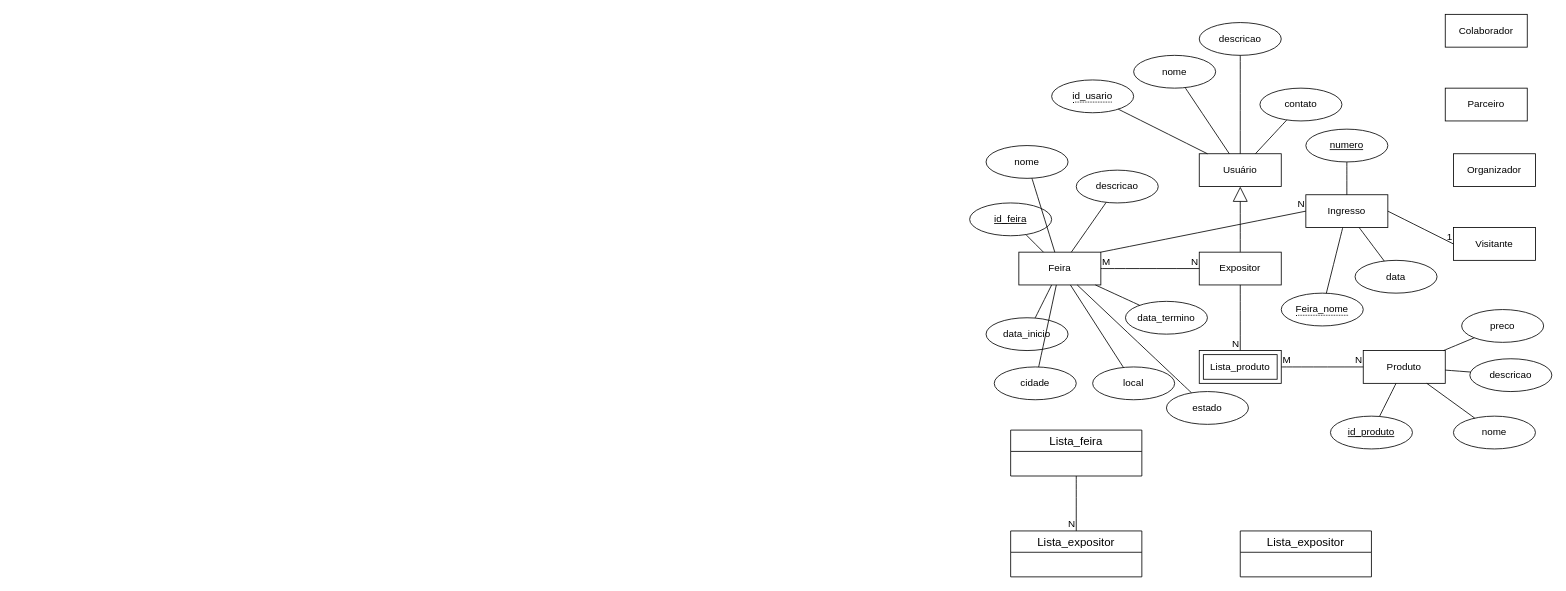
Above: artefatos/hubgourmet_der.drawio in mishellzin/software_engineering_project_unb (draw.io), before the change. Source tidied: cells renumbered, new cells numbered last; positions are measured from the earlier drawing's top-left corner, leaving out a move shared by most shapes. Both pictures are drawn from the tidied source at 82%, with x=0, y=0 at pixel (969, 14).
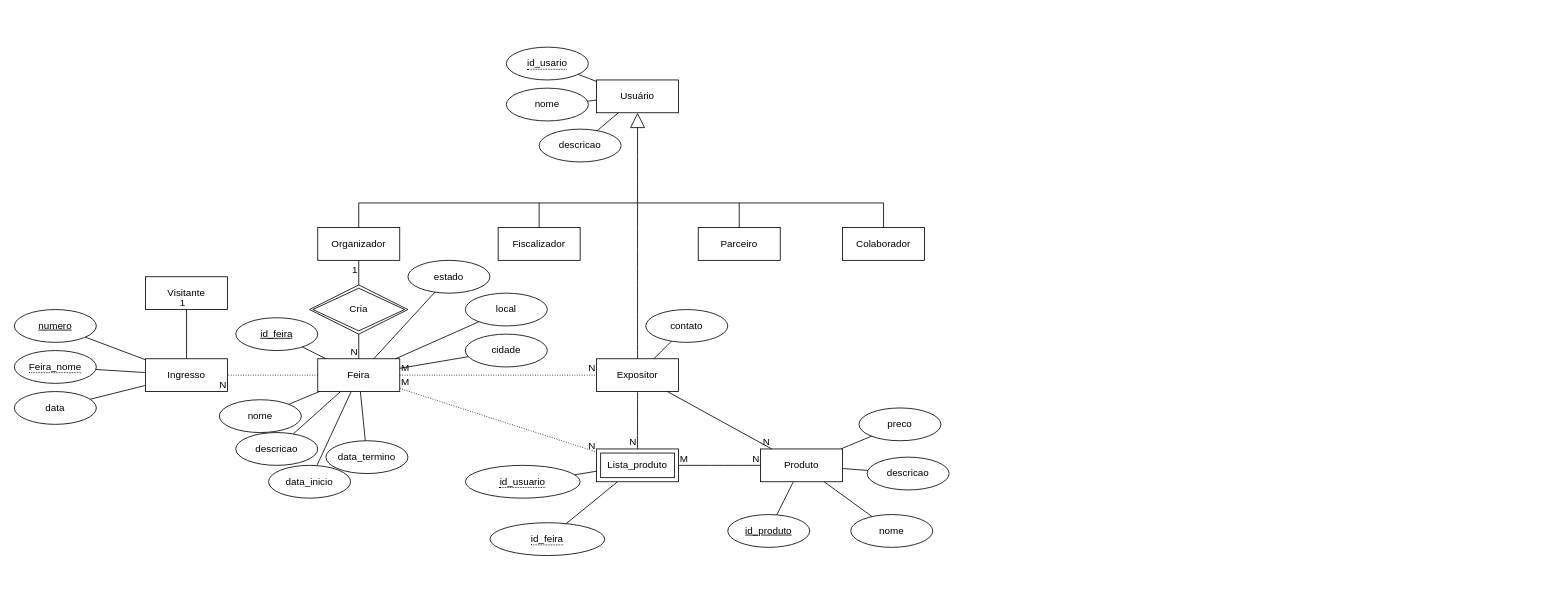
Above is the later version.

The change refers to these unchanged cells:
```xml
<mxCell id="8" style="endArrow=none;html=1;rounded=0;fontSize=12;startSize=8;endSize=8;curved=1;exitX=0.5;exitY=1;exitDx=0;exitDy=0;entryX=0.5;entryY=0;entryDx=0;entryDy=0;" parent="1" edge="1" source="3" target="13">
  <mxGeometry relative="1" as="geometry" />
</mxCell>
<mxCell id="10" style="endArrow=none;html=1;rounded=0;fontSize=12;startSize=8;endSize=8;curved=1;exitX=1;exitY=0.5;exitDx=0;exitDy=0;entryX=0;entryY=0.5;entryDx=0;entryDy=0;" parent="1" edge="1" source="13" target="4">
  <mxGeometry relative="1" as="geometry" />
</mxCell>
```

Change to the diagram source:
```diff
@@
     <mxCell id="2" value="Feira" style="whiteSpace=wrap;html=1;align=center;" parent="1" vertex="1">
-      <mxGeometry x="60" y="290" width="100" height="40" as="geometry" />
+      <mxGeometry x="-795" y="420" width="100" height="40" as="geometry" />
     </mxCell>
     <mxCell id="3" value="Expositor" style="whiteSpace=wrap;html=1;align=center;" parent="1" vertex="1">
-      <mxGeometry x="280" y="290" width="100" height="40" as="geometry" />
+      <mxGeometry x="-455" y="420" width="100" height="40" as="geometry" />
     </mxCell>
     <mxCell id="4" value="Produto" style="whiteSpace=wrap;html=1;align=center;" parent="1" vertex="1">
-      <mxGeometry x="480" y="410" width="100" height="40" as="geometry" />
+      <mxGeometry x="-255" y="530" width="100" height="40" as="geometry" />
     </mxCell>
-    <mxCell id="5" style="endArrow=none;html=1;rounded=0;fontSize=12;startSize=8;endSize=8;curved=1;exitX=1;exitY=0.5;exitDx=0;exitDy=0;entryX=0;entryY=0.5;entryDx=0;entryDy=0;" parent="1" edge="1" source="2" target="3">
-      <mxGeometry relative="1" as="geometry" />
-    </mxCell>
-    <mxCell id="6" value="M" style="html=1;whiteSpace=wrap;align=left;verticalAlign=bottom;" parent="5" vertex="1">
-      <mxGeometry x="-1" relative="1" as="geometry" />
-    </mxCell>
-    <mxCell id="7" value="N" style="html=1;whiteSpace=wrap;align=right;verticalAlign=bottom;" parent="5" vertex="1">
-      <mxGeometry x="1" relative="1" as="geometry" />
-    </mxCell>
@@
-    <mxCell id="9" value="N" style="html=1;whiteSpace=wrap;align=right;verticalAlign=bottom;" parent="8" vertex="1">
-      <mxGeometry x="1" relative="1" as="geometry" />
-    </mxCell>
+    <mxCell id="68" value="N" style="html=1;whiteSpace=wrap;align=right;verticalAlign=bottom;" parent="8" vertex="1">
+      <mxGeometry x="1" relative="1" as="geometry" />
+    </mxCell>
@@
-    <mxCell id="11" value="M" style="html=1;whiteSpace=wrap;align=left;verticalAlign=bottom;" parent="10" vertex="1">
-      <mxGeometry x="-1" relative="1" as="geometry" />
-    </mxCell>
-    <mxCell id="12" value="N" style="html=1;whiteSpace=wrap;align=right;verticalAlign=bottom;" parent="10" vertex="1">
-      <mxGeometry x="1" relative="1" as="geometry" />
-    </mxCell>
+    <mxCell id="69" value="M" style="html=1;whiteSpace=wrap;align=left;verticalAlign=bottom;" parent="10" vertex="1">
+      <mxGeometry x="-1" relative="1" as="geometry" />
+    </mxCell>
+    <mxCell id="70" value="N" style="html=1;whiteSpace=wrap;align=right;verticalAlign=bottom;" parent="10" vertex="1">
+      <mxGeometry x="1" relative="1" as="geometry" />
+    </mxCell>
     <mxCell id="13" value="Lista_produto" style="shape=ext;margin=3;double=1;whiteSpace=wrap;html=1;align=center;" parent="1" vertex="1">
-      <mxGeometry x="280" y="410" width="100" height="40" as="geometry" />
+      <mxGeometry x="-455" y="530" width="100" height="40" as="geometry" />
     </mxCell>
     <mxCell id="14" value="Usuário" style="whiteSpace=wrap;html=1;align=center;" parent="1" vertex="1">
-      <mxGeometry x="280" y="170" width="100" height="40" as="geometry" />
+      <mxGeometry x="-455" y="80" width="100" height="40" as="geometry" />
     </mxCell>
@@
     <mxCell id="16" value="Visitante" style="whiteSpace=wrap;html=1;align=center;" parent="1" vertex="1">
-      <mxGeometry x="590" y="260" width="100" height="40" as="geometry" />
+      <mxGeometry x="-1005" y="320" width="100" height="40" as="geometry" />
     </mxCell>
     <mxCell id="17" value="Organizador" style="whiteSpace=wrap;html=1;align=center;" parent="1" vertex="1">
-      <mxGeometry x="590" y="170" width="100" height="40" as="geometry" />
+      <mxGeometry x="-795" y="260" width="100" height="40" as="geometry" />
     </mxCell>
     <mxCell id="18" value="Parceiro" style="whiteSpace=wrap;html=1;align=center;" parent="1" vertex="1">
-      <mxGeometry x="580" y="90" width="100" height="40" as="geometry" />
+      <mxGeometry x="-331" y="260" width="100" height="40" as="geometry" />
     </mxCell>
     <mxCell id="19" value="Colaborador" style="whiteSpace=wrap;html=1;align=center;" parent="1" vertex="1">
-      <mxGeometry x="580" width="100" height="40" as="geometry" />
+      <mxGeometry x="-155" y="260" width="100" height="40" as="geometry" />
     </mxCell>
-    <mxCell id="20" value="Lista_feira" style="swimlane;fontStyle=0;horizontal=1;startSize=26;align=center;fontSize=14;" parent="1" vertex="1">
-      <mxGeometry x="50" y="507" width="160" height="56" as="geometry" />
-    </mxCell>
-    <mxCell id="21" value="Lista_expositor" style="swimlane;fontStyle=0;horizontal=1;startSize=26;align=center;fontSize=14;" parent="1" vertex="1">
-      <mxGeometry x="50" y="630" width="160" height="56" as="geometry" />
-    </mxCell>
-    <mxCell id="22" style="endArrow=none;html=1;rounded=0;fontSize=12;startSize=8;endSize=8;curved=1;exitX=0.5;exitY=1;exitDx=0;exitDy=0;entryX=0.5;entryY=0;entryDx=0;entryDy=0;" parent="1" edge="1" source="20" target="21">
-      <mxGeometry relative="1" as="geometry" />
-    </mxCell>
-    <mxCell id="23" value="N" style="html=1;whiteSpace=wrap;align=right;verticalAlign=bottom;" parent="22" vertex="1">
-      <mxGeometry x="1" relative="1" as="geometry" />
-    </mxCell>
-    <mxCell id="24" value="Lista_expositor" style="swimlane;fontStyle=0;horizontal=1;startSize=26;align=center;fontSize=14;" parent="1" vertex="1">
-      <mxGeometry x="330" y="630" width="160" height="56" as="geometry" />
-    </mxCell>
-    <mxCell id="25" value="nome" style="ellipse;whiteSpace=wrap;html=1;align=center;" parent="1" vertex="1">
-      <mxGeometry x="20" y="160" width="100" height="40" as="geometry" />
-    </mxCell>
-    <mxCell id="26" value="descricao" style="ellipse;whiteSpace=wrap;html=1;align=center;" parent="1" vertex="1">
-      <mxGeometry x="130" y="190" width="100" height="40" as="geometry" />
-    </mxCell>
+    <mxCell id="71" value="nome" style="ellipse;whiteSpace=wrap;html=1;align=center;" parent="1" vertex="1">
+      <mxGeometry x="-915" y="470" width="100" height="40" as="geometry" />
+    </mxCell>
+    <mxCell id="72" value="descricao" style="ellipse;whiteSpace=wrap;html=1;align=center;" parent="1" vertex="1">
+      <mxGeometry x="-895" y="510" width="100" height="40" as="geometry" />
+    </mxCell>
     <mxCell id="27" value="data_inicio" style="ellipse;whiteSpace=wrap;html=1;align=center;" parent="1" vertex="1">
-      <mxGeometry x="20" y="370" width="100" height="40" as="geometry" />
+      <mxGeometry x="-855" y="550" width="100" height="40" as="geometry" />
     </mxCell>
     <mxCell id="28" value="data_termino" style="ellipse;whiteSpace=wrap;html=1;align=center;" parent="1" vertex="1">
-      <mxGeometry x="190" y="350" width="100" height="40" as="geometry" />
+      <mxGeometry x="-785" y="520" width="100" height="40" as="geometry" />
     </mxCell>
     <mxCell id="29" value="local" style="ellipse;whiteSpace=wrap;html=1;align=center;" parent="1" vertex="1">
-      <mxGeometry x="150" y="430" width="100" height="40" as="geometry" />
+      <mxGeometry x="-615" y="340" width="100" height="40" as="geometry" />
     </mxCell>
     <mxCell id="30" value="cidade" style="ellipse;whiteSpace=wrap;html=1;align=center;" parent="1" vertex="1">
-      <mxGeometry x="30" y="430" width="100" height="40" as="geometry" />
+      <mxGeometry x="-615" y="390" width="100" height="40" as="geometry" />
     </mxCell>
     <mxCell id="31" value="estado" style="ellipse;whiteSpace=wrap;html=1;align=center;" parent="1" vertex="1">
-      <mxGeometry x="240" y="460" width="100" height="40" as="geometry" />
+      <mxGeometry x="-685" y="300" width="100" height="40" as="geometry" />
     </mxCell>
     <mxCell id="32" value="id_feira" style="ellipse;whiteSpace=wrap;html=1;align=center;fontStyle=4;" parent="1" vertex="1">
-      <mxGeometry y="230" width="100" height="40" as="geometry" />
+      <mxGeometry x="-895" y="370" width="100" height="40" as="geometry" />
     </mxCell>
@@
-    <mxCell id="38" style="endArrow=none;html=1;rounded=0;fontSize=12;startSize=8;endSize=8;curved=1;" parent="1" edge="1" source="26" target="2">
-      <mxGeometry relative="1" as="geometry" />
-    </mxCell>
+    <mxCell id="73" style="endArrow=none;html=1;rounded=0;fontSize=12;startSize=8;endSize=8;curved=1;" parent="1" edge="1" source="72" target="2">
+      <mxGeometry relative="1" as="geometry" />
+    </mxCell>
@@
-    <mxCell id="40" style="endArrow=none;html=1;rounded=0;fontSize=12;startSize=8;endSize=8;curved=1;" parent="1" edge="1" source="25" target="2">
-      <mxGeometry relative="1" as="geometry" />
-    </mxCell>
+    <mxCell id="74" style="endArrow=none;html=1;rounded=0;fontSize=12;startSize=8;endSize=8;curved=1;" parent="1" edge="1" source="71" target="2">
+      <mxGeometry relative="1" as="geometry" />
+    </mxCell>
     <mxCell id="41" value="&lt;span style=&quot;border-bottom: 1px dotted&quot;&gt;id_usario&lt;/span&gt;" style="ellipse;whiteSpace=wrap;html=1;align=center;" parent="1" vertex="1">
-      <mxGeometry x="100" y="80" width="100" height="40" as="geometry" />
+      <mxGeometry x="-565" y="40" width="100" height="40" as="geometry" />
     </mxCell>
@@
-    <mxCell id="43" value="nome" style="ellipse;whiteSpace=wrap;html=1;align=center;" parent="1" vertex="1">
-      <mxGeometry x="200" y="50" width="100" height="40" as="geometry" />
-    </mxCell>
-    <mxCell id="44" style="endArrow=none;html=1;rounded=0;fontSize=12;startSize=8;endSize=8;curved=1;" parent="1" edge="1" source="43" target="14">
-      <mxGeometry relative="1" as="geometry" />
-    </mxCell>
-    <mxCell id="45" value="descricao" style="ellipse;whiteSpace=wrap;html=1;align=center;" parent="1" vertex="1">
-      <mxGeometry x="280" y="10" width="100" height="40" as="geometry" />
-    </mxCell>
+    <mxCell id="75" value="nome" style="ellipse;whiteSpace=wrap;html=1;align=center;" parent="1" vertex="1">
+      <mxGeometry x="-565" y="90" width="100" height="40" as="geometry" />
+    </mxCell>
+    <mxCell id="76" style="endArrow=none;html=1;rounded=0;fontSize=12;startSize=8;endSize=8;curved=1;" parent="1" edge="1" source="75" target="14">
+      <mxGeometry relative="1" as="geometry" />
+    </mxCell>
+    <mxCell id="77" value="descricao" style="ellipse;whiteSpace=wrap;html=1;align=center;" parent="1" vertex="1">
+      <mxGeometry x="-525" y="140" width="100" height="40" as="geometry" />
+    </mxCell>
     <mxCell id="46" value="contato" style="ellipse;whiteSpace=wrap;html=1;align=center;" parent="1" vertex="1">
-      <mxGeometry x="354" y="90" width="100" height="40" as="geometry" />
+      <mxGeometry x="-395" y="360" width="100" height="40" as="geometry" />
     </mxCell>
-    <mxCell id="47" style="endArrow=none;html=1;rounded=0;fontSize=12;startSize=8;endSize=8;curved=1;" parent="1" edge="1" source="45" target="14">
-      <mxGeometry relative="1" as="geometry" />
-    </mxCell>
-    <mxCell id="48" style="endArrow=none;html=1;rounded=0;fontSize=12;startSize=8;endSize=8;curved=1;" parent="1" edge="1" source="46" target="14">
-      <mxGeometry relative="1" as="geometry" />
-    </mxCell>
-    <mxCell id="49" value="nome" style="ellipse;whiteSpace=wrap;html=1;align=center;" parent="1" vertex="1">
-      <mxGeometry x="590" y="490" width="100" height="40" as="geometry" />
-    </mxCell>
-    <mxCell id="50" value="descricao" style="ellipse;whiteSpace=wrap;html=1;align=center;" parent="1" vertex="1">
-      <mxGeometry x="610" y="420" width="100" height="40" as="geometry" />
-    </mxCell>
+    <mxCell id="78" style="endArrow=none;html=1;rounded=0;fontSize=12;startSize=8;endSize=8;curved=1;" parent="1" edge="1" source="77" target="14">
+      <mxGeometry relative="1" as="geometry" />
+    </mxCell>
+    <mxCell id="79" style="endArrow=none;html=1;rounded=0;fontSize=12;startSize=8;endSize=8;curved=1;" parent="1" edge="1" source="46" target="3">
+      <mxGeometry relative="1" as="geometry" />
+    </mxCell>
+    <mxCell id="80" value="nome" style="ellipse;whiteSpace=wrap;html=1;align=center;" parent="1" vertex="1">
+      <mxGeometry x="-145" y="610" width="100" height="40" as="geometry" />
+    </mxCell>
+    <mxCell id="81" value="descricao" style="ellipse;whiteSpace=wrap;html=1;align=center;" parent="1" vertex="1">
+      <mxGeometry x="-125" y="540" width="100" height="40" as="geometry" />
+    </mxCell>
     <mxCell id="51" value="preco" style="ellipse;whiteSpace=wrap;html=1;align=center;" parent="1" vertex="1">
-      <mxGeometry x="600" y="360" width="100" height="40" as="geometry" />
+      <mxGeometry x="-135" y="480" width="100" height="40" as="geometry" />
     </mxCell>
@@
-    <mxCell id="53" style="endArrow=none;html=1;rounded=0;fontSize=12;startSize=8;endSize=8;curved=1;" parent="1" edge="1" source="4" target="50">
-      <mxGeometry relative="1" as="geometry" />
-    </mxCell>
-    <mxCell id="54" style="endArrow=none;html=1;rounded=0;fontSize=12;startSize=8;endSize=8;curved=1;" parent="1" edge="1" source="49" target="4">
-      <mxGeometry relative="1" as="geometry" />
-    </mxCell>
+    <mxCell id="82" style="endArrow=none;html=1;rounded=0;fontSize=12;startSize=8;endSize=8;curved=1;" parent="1" edge="1" source="4" target="81">
+      <mxGeometry relative="1" as="geometry" />
+    </mxCell>
+    <mxCell id="83" style="endArrow=none;html=1;rounded=0;fontSize=12;startSize=8;endSize=8;curved=1;" parent="1" edge="1" source="80" target="4">
+      <mxGeometry relative="1" as="geometry" />
+    </mxCell>
     <mxCell id="55" value="id_produto" style="ellipse;whiteSpace=wrap;html=1;align=center;fontStyle=4;" parent="1" vertex="1">
-      <mxGeometry x="440" y="490" width="100" height="40" as="geometry" />
+      <mxGeometry x="-295" y="610" width="100" height="40" as="geometry" />
     </mxCell>
@@
     <mxCell id="57" value="Ingresso" style="whiteSpace=wrap;html=1;align=center;" parent="1" vertex="1">
-      <mxGeometry x="410" y="220" width="100" height="40" as="geometry" />
+      <mxGeometry x="-1005" y="420" width="100" height="40" as="geometry" />
     </mxCell>
-    <mxCell id="58" style="endArrow=none;html=1;rounded=0;fontSize=12;startSize=8;endSize=8;curved=1;exitX=1;exitY=0;exitDx=0;exitDy=0;entryX=0;entryY=0.5;entryDx=0;entryDy=0;" parent="1" edge="1" source="2" target="57">
-      <mxGeometry relative="1" as="geometry" />
-    </mxCell>
-    <mxCell id="59" value="N" style="html=1;whiteSpace=wrap;align=right;verticalAlign=bottom;" parent="58" vertex="1">
-      <mxGeometry x="1" relative="1" as="geometry" />
-    </mxCell>
-    <mxCell id="60" style="endArrow=none;html=1;rounded=0;fontSize=12;startSize=8;endSize=8;curved=1;exitX=1;exitY=0.5;exitDx=0;exitDy=0;entryX=0;entryY=0.5;entryDx=0;entryDy=0;" parent="1" edge="1" source="57" target="16">
-      <mxGeometry relative="1" as="geometry" />
-    </mxCell>
-    <mxCell id="61" value="1" style="html=1;whiteSpace=wrap;align=right;verticalAlign=bottom;" parent="60" vertex="1">
-      <mxGeometry x="1" relative="1" as="geometry" />
-    </mxCell>
     <mxCell id="62" value="&lt;span style=&quot;border-bottom: 1px dotted&quot;&gt;Feira_nome&lt;/span&gt;" style="ellipse;whiteSpace=wrap;html=1;align=center;" parent="1" vertex="1">
-      <mxGeometry x="380" y="340" width="100" height="40" as="geometry" />
+      <mxGeometry x="-1165" y="410" width="100" height="40" as="geometry" />
     </mxCell>
     <mxCell id="63" value="numero" style="ellipse;whiteSpace=wrap;html=1;align=center;fontStyle=4;" parent="1" vertex="1">
-      <mxGeometry x="410" y="140" width="100" height="40" as="geometry" />
+      <mxGeometry x="-1165" y="360" width="100" height="40" as="geometry" />
     </mxCell>
@@
     <mxCell id="66" value="data" style="ellipse;whiteSpace=wrap;html=1;align=center;" parent="1" vertex="1">
-      <mxGeometry x="470" y="300" width="100" height="40" as="geometry" />
+      <mxGeometry x="-1165" y="460" width="100" height="40" as="geometry" />
     </mxCell>
@@
+    <mxCell id="58" style="endArrow=none;html=1;rounded=0;dashed=1;dashPattern=1 2;" parent="1" edge="1" source="2" target="57">
+      <mxGeometry relative="1" as="geometry" />
+    </mxCell>
+    <mxCell id="84" value="N" style="html=1;whiteSpace=wrap;align=right;verticalAlign=bottom;" parent="58" vertex="1">
+      <mxGeometry x="1" relative="1" as="geometry">
+        <mxPoint y="20" as="offset" />
+      </mxGeometry>
+    </mxCell>
+    <mxCell id="60" style="endArrow=none;html=1;rounded=0;" parent="1" edge="1" source="57" target="16">
+      <mxGeometry relative="1" as="geometry" />
+    </mxCell>
+    <mxCell id="85" value="1" style="html=1;whiteSpace=wrap;align=right;verticalAlign=bottom;" parent="60" vertex="1">
+      <mxGeometry x="1" relative="1" as="geometry" />
+    </mxCell>
+    <mxCell id="86" style="endArrow=none;html=1;rounded=0;" parent="1" edge="1" source="17">
+      <mxGeometry relative="1" as="geometry">
+        <mxPoint x="-745" y="230" as="targetPoint" />
+      </mxGeometry>
+    </mxCell>
+    <mxCell id="87" value="Cria" style="shape=rhombus;double=1;perimeter=rhombusPerimeter;whiteSpace=wrap;html=1;align=center;" parent="1" vertex="1">
+      <mxGeometry x="-805" y="330" width="120" height="60" as="geometry" />
+    </mxCell>
+    <mxCell id="88" style="endArrow=none;html=1;rounded=0;" parent="1" edge="1">
+      <mxGeometry relative="1" as="geometry">
+        <mxPoint x="-745" y="230" as="sourcePoint" />
+        <mxPoint x="-405" y="230" as="targetPoint" />
+      </mxGeometry>
+    </mxCell>
+    <mxCell id="89" style="endArrow=none;html=1;rounded=0;" parent="1" edge="1" source="87" target="17">
+      <mxGeometry relative="1" as="geometry" />
+    </mxCell>
+    <mxCell id="90" value="1" style="html=1;whiteSpace=wrap;align=right;verticalAlign=bottom;" parent="89" vertex="1">
+      <mxGeometry x="1" relative="1" as="geometry">
+        <mxPoint y="20" as="offset" />
+      </mxGeometry>
+    </mxCell>
+    <mxCell id="91" style="endArrow=none;html=1;rounded=0;" parent="1" edge="1" source="87" target="2">
+      <mxGeometry relative="1" as="geometry" />
+    </mxCell>
+    <mxCell id="92" value="N" style="html=1;whiteSpace=wrap;align=right;verticalAlign=bottom;" parent="91" vertex="1">
+      <mxGeometry x="1" relative="1" as="geometry" />
+    </mxCell>
+    <mxCell id="93" style="edgeStyle=orthogonalEdgeStyle;rounded=0;orthogonalLoop=1;jettySize=auto;html=1;exitX=0.5;exitY=1;exitDx=0;exitDy=0;" parent="1" edge="1" source="77" target="77">
+      <mxGeometry relative="1" as="geometry" />
+    </mxCell>
+    <mxCell id="94" style="endArrow=none;html=1;rounded=0;" parent="1" edge="1" source="3" target="4">
+      <mxGeometry relative="1" as="geometry" />
+    </mxCell>
+    <mxCell id="95" value="N" style="html=1;whiteSpace=wrap;align=right;verticalAlign=bottom;" parent="94" vertex="1">
+      <mxGeometry x="1" relative="1" as="geometry" />
+    </mxCell>
+    <mxCell id="96" value="&lt;span style=&quot;border-bottom: 1px dotted&quot;&gt;id_usuario&lt;/span&gt;" style="ellipse;whiteSpace=wrap;html=1;align=center;" parent="1" vertex="1">
+      <mxGeometry x="-615" y="550" width="140" height="40" as="geometry" />
+    </mxCell>
+    <mxCell id="97" value="&lt;span style=&quot;border-bottom: 1px dotted&quot;&gt;id_feira&lt;/span&gt;" style="ellipse;whiteSpace=wrap;html=1;align=center;" parent="1" vertex="1">
+      <mxGeometry x="-585" y="620" width="140" height="40" as="geometry" />
+    </mxCell>
+    <mxCell id="98" style="endArrow=none;html=1;rounded=0;" parent="1" edge="1" source="96" target="13">
+      <mxGeometry relative="1" as="geometry" />
+    </mxCell>
+    <mxCell id="99" style="endArrow=none;html=1;rounded=0;" parent="1" edge="1" source="97" target="13">
+      <mxGeometry relative="1" as="geometry" />
+    </mxCell>
+    <mxCell id="100" style="endArrow=none;html=1;rounded=0;dashed=1;dashPattern=1 2;" parent="1" edge="1" source="2" target="13">
+      <mxGeometry relative="1" as="geometry" />
+    </mxCell>
+    <mxCell id="101" value="M" style="html=1;whiteSpace=wrap;align=left;verticalAlign=bottom;" parent="100" vertex="1">
+      <mxGeometry x="-1" relative="1" as="geometry" />
+    </mxCell>
+    <mxCell id="102" value="N" style="html=1;whiteSpace=wrap;align=right;verticalAlign=bottom;" parent="100" vertex="1">
+      <mxGeometry x="1" relative="1" as="geometry" />
+    </mxCell>
+    <mxCell id="5" style="endArrow=none;html=1;rounded=0;dashed=1;dashPattern=1 2;" parent="1" edge="1" source="2" target="3">
+      <mxGeometry relative="1" as="geometry" />
+    </mxCell>
+    <mxCell id="103" value="M" style="html=1;whiteSpace=wrap;align=left;verticalAlign=bottom;" parent="5" vertex="1">
+      <mxGeometry x="-1" relative="1" as="geometry" />
+    </mxCell>
+    <mxCell id="104" value="N" style="html=1;whiteSpace=wrap;align=right;verticalAlign=bottom;" parent="5" vertex="1">
+      <mxGeometry x="1" relative="1" as="geometry" />
+    </mxCell>
+    <mxCell id="105" style="endArrow=none;html=1;rounded=0;" parent="1" edge="1">
+      <mxGeometry relative="1" as="geometry">
+        <mxPoint x="-405" y="230" as="sourcePoint" />
+        <mxPoint x="-105" y="230" as="targetPoint" />
+      </mxGeometry>
+    </mxCell>
+    <mxCell id="106" style="endArrow=none;html=1;rounded=0;" parent="1" edge="1" source="19">
+      <mxGeometry relative="1" as="geometry">
+        <mxPoint x="-105" y="230" as="targetPoint" />
+      </mxGeometry>
+    </mxCell>
+    <mxCell id="107" style="endArrow=none;html=1;rounded=0;" parent="1" edge="1" source="18">
+      <mxGeometry relative="1" as="geometry">
+        <mxPoint x="-281" y="230" as="targetPoint" />
+      </mxGeometry>
+    </mxCell>
+    <mxCell id="108" value="Fiscalizador" style="whiteSpace=wrap;html=1;align=center;" parent="1" vertex="1">
+      <mxGeometry x="-575" y="260" width="100" height="40" as="geometry" />
+    </mxCell>
+    <mxCell id="109" style="endArrow=none;html=1;rounded=0;" parent="1" edge="1" source="108">
+      <mxGeometry relative="1" as="geometry">
+        <mxPoint x="-525" y="230" as="targetPoint" />
+      </mxGeometry>
+    </mxCell>
```
